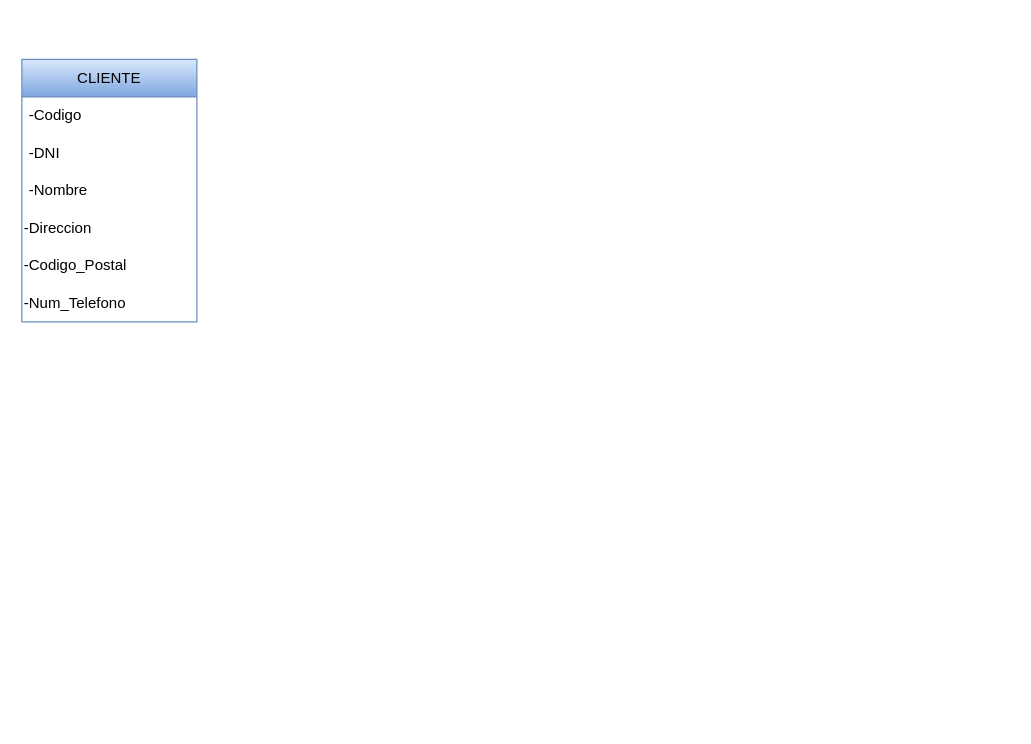
Above: CuentasBancarias.drawio in NahuelLV/Base-de-Datos (draw.io), before the change. Source tidied: cells renumbered, new cells numbered last; positions are measured from the earlier drawing's top-left corner, leaving out a move shared by most shapes. Both pictures are drawn from the tidied source at 125%, with x=0, y=0 at pixel (21, 59).
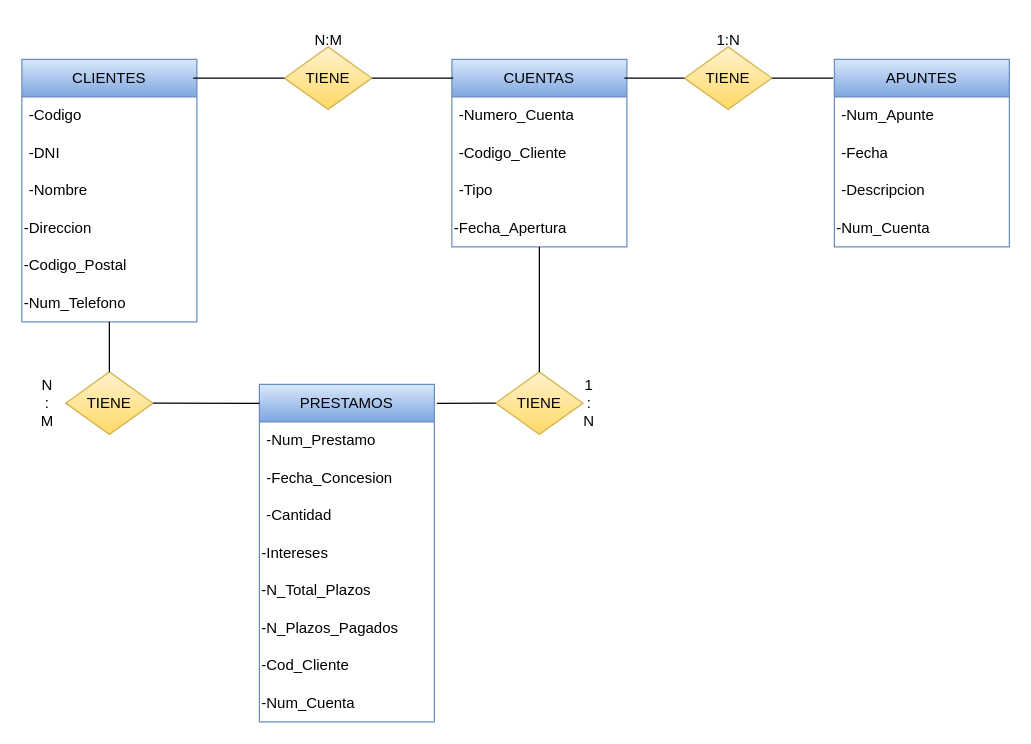
Above is the later version.

The change refers to these unchanged cells:
```xml
<mxCell id="8" value="-Num_Telefono" style="text;html=1;align=left;verticalAlign=middle;whiteSpace=wrap;rounded=0;" parent="2" vertex="1">
  <mxGeometry y="180" width="140" height="30" as="geometry" />
</mxCell>
```

The edit, as a diff of the source:
```diff
@@
-    <mxCell id="2" value="CLIENTE" style="swimlane;fontStyle=0;horizontal=1;startSize=30;whiteSpace=wrap;html=1;fillColor=#dae8fc;gradientColor=#7ea6e0;strokeColor=#6c8ebf;" parent="1" vertex="1">
+    <mxCell id="2" value="CLIENTES" style="swimlane;fontStyle=0;horizontal=1;startSize=30;whiteSpace=wrap;html=1;fillColor=#dae8fc;gradientColor=#7ea6e0;strokeColor=#6c8ebf;" parent="1" vertex="1">
       <mxGeometry width="140" height="210" as="geometry" />
     </mxCell>
@@
+    <mxCell id="9" value="TIENE" style="rhombus;whiteSpace=wrap;html=1;fillColor=#fff2cc;gradientColor=#ffd966;strokeColor=#d6b656;" parent="1" vertex="1">
+      <mxGeometry x="210" y="-10" width="70" height="50" as="geometry" />
+    </mxCell>
+    <mxCell id="10" style="endArrow=none;html=1;rounded=0;entryX=0.979;entryY=0.071;entryDx=0;entryDy=0;entryPerimeter=0;exitX=0;exitY=0.5;exitDx=0;exitDy=0;" parent="1" edge="1" source="9" target="2">
+      <mxGeometry relative="1" as="geometry" />
+    </mxCell>
+    <mxCell id="11" value="CUENTAS" style="swimlane;fontStyle=0;horizontal=1;startSize=30;whiteSpace=wrap;html=1;fillColor=#dae8fc;gradientColor=#7ea6e0;strokeColor=#6c8ebf;" parent="1" vertex="1">
+      <mxGeometry x="344" width="140" height="150" as="geometry" />
+    </mxCell>
+    <mxCell id="12" value="-Numero_Cuenta" style="text;align=left;verticalAlign=middle;spacingLeft=4;spacingRight=4;overflow=hidden;whiteSpace=wrap;html=1;" parent="11" vertex="1">
+      <mxGeometry y="30" width="140" height="30" as="geometry" />
+    </mxCell>
+    <mxCell id="13" value="-Codigo_Cliente" style="text;strokeColor=none;fillColor=none;align=left;verticalAlign=middle;spacingLeft=4;spacingRight=4;overflow=hidden;whiteSpace=wrap;html=1;" parent="11" vertex="1">
+      <mxGeometry y="60" width="140" height="30" as="geometry" />
+    </mxCell>
+    <mxCell id="14" value="-Tipo" style="text;strokeColor=none;fillColor=none;align=left;verticalAlign=middle;spacingLeft=4;spacingRight=4;overflow=hidden;whiteSpace=wrap;html=1;" parent="11" vertex="1">
+      <mxGeometry y="90" width="140" height="30" as="geometry" />
+    </mxCell>
+    <mxCell id="15" value="-Fecha_Apertura" style="text;html=1;align=left;verticalAlign=middle;whiteSpace=wrap;rounded=0;" parent="11" vertex="1">
+      <mxGeometry y="120" width="140" height="30" as="geometry" />
+    </mxCell>
+    <mxCell id="16" style="endArrow=none;html=1;rounded=0;entryX=1;entryY=0.5;entryDx=0;entryDy=0;exitX=0.007;exitY=0.1;exitDx=0;exitDy=0;exitPerimeter=0;" parent="1" edge="1" source="11" target="9">
+      <mxGeometry relative="1" as="geometry" />
+    </mxCell>
+    <mxCell id="17" value="PRESTAMOS" style="swimlane;fontStyle=0;horizontal=1;startSize=30;whiteSpace=wrap;html=1;fillColor=#dae8fc;gradientColor=#7ea6e0;strokeColor=#6c8ebf;" parent="1" vertex="1">
+      <mxGeometry x="190" y="260" width="140" height="270" as="geometry" />
+    </mxCell>
+    <mxCell id="18" value="-Num_Prestamo" style="text;align=left;verticalAlign=middle;spacingLeft=4;spacingRight=4;overflow=hidden;whiteSpace=wrap;html=1;" parent="17" vertex="1">
+      <mxGeometry y="30" width="140" height="30" as="geometry" />
+    </mxCell>
+    <mxCell id="19" value="-Fecha_Concesion" style="text;strokeColor=none;fillColor=none;align=left;verticalAlign=middle;spacingLeft=4;spacingRight=4;overflow=hidden;whiteSpace=wrap;html=1;" parent="17" vertex="1">
+      <mxGeometry y="60" width="140" height="30" as="geometry" />
+    </mxCell>
+    <mxCell id="20" value="-Cantidad" style="text;strokeColor=none;fillColor=none;align=left;verticalAlign=middle;spacingLeft=4;spacingRight=4;overflow=hidden;whiteSpace=wrap;html=1;" parent="17" vertex="1">
+      <mxGeometry y="90" width="140" height="30" as="geometry" />
+    </mxCell>
+    <mxCell id="21" value="-Intereses" style="text;html=1;align=left;verticalAlign=middle;whiteSpace=wrap;rounded=0;" parent="17" vertex="1">
+      <mxGeometry y="120" width="140" height="30" as="geometry" />
+    </mxCell>
+    <mxCell id="22" value="-N_Total_Plazos" style="text;html=1;align=left;verticalAlign=middle;whiteSpace=wrap;rounded=0;" parent="17" vertex="1">
+      <mxGeometry y="150" width="140" height="30" as="geometry" />
+    </mxCell>
+    <mxCell id="23" value="-N_Plazos_Pagados" style="text;html=1;align=left;verticalAlign=middle;whiteSpace=wrap;rounded=0;" parent="17" vertex="1">
+      <mxGeometry y="180" width="140" height="30" as="geometry" />
+    </mxCell>
+    <mxCell id="24" value="-Cod_Cliente" style="text;html=1;align=left;verticalAlign=middle;whiteSpace=wrap;rounded=0;" parent="17" vertex="1">
+      <mxGeometry y="210" width="140" height="30" as="geometry" />
+    </mxCell>
+    <mxCell id="25" value="-Num_Cuenta" style="text;html=1;align=left;verticalAlign=middle;whiteSpace=wrap;rounded=0;" parent="17" vertex="1">
+      <mxGeometry y="240" width="140" height="30" as="geometry" />
+    </mxCell>
+    <mxCell id="26" value="TIENE" style="rhombus;whiteSpace=wrap;html=1;fillColor=#fff2cc;gradientColor=#ffd966;strokeColor=#d6b656;" parent="1" vertex="1">
+      <mxGeometry x="35" y="250" width="70" height="50" as="geometry" />
+    </mxCell>
+    <mxCell id="27" value="TIENE" style="rhombus;whiteSpace=wrap;html=1;fillColor=#fff2cc;gradientColor=#ffd966;strokeColor=#d6b656;" parent="1" vertex="1">
+      <mxGeometry x="379" y="250" width="70" height="50" as="geometry" />
+    </mxCell>
+    <mxCell id="28" style="endArrow=none;html=1;rounded=0;entryX=0.5;entryY=1;entryDx=0;entryDy=0;exitX=0.5;exitY=0;exitDx=0;exitDy=0;" parent="1" edge="1" source="26" target="8">
+      <mxGeometry relative="1" as="geometry" />
+    </mxCell>
+    <mxCell id="29" style="endArrow=none;html=1;rounded=0;entryX=1;entryY=0.5;entryDx=0;entryDy=0;exitX=0;exitY=0.056;exitDx=0;exitDy=0;exitPerimeter=0;" parent="1" edge="1" source="17" target="26">
+      <mxGeometry relative="1" as="geometry" />
+    </mxCell>
+    <mxCell id="30" style="endArrow=none;html=1;rounded=0;entryX=0;entryY=0.5;entryDx=0;entryDy=0;exitX=1.014;exitY=0.056;exitDx=0;exitDy=0;exitPerimeter=0;" parent="1" edge="1" source="17" target="27">
+      <mxGeometry relative="1" as="geometry" />
+    </mxCell>
+    <mxCell id="31" style="endArrow=none;html=1;rounded=0;entryX=0.5;entryY=1;entryDx=0;entryDy=0;exitX=0.5;exitY=0;exitDx=0;exitDy=0;" parent="1" edge="1" source="27" target="15">
+      <mxGeometry relative="1" as="geometry" />
+    </mxCell>
+    <mxCell id="32" value="N:M" style="text;html=1;align=center;verticalAlign=middle;strokeColor=none;fillColor=none;" parent="1" vertex="1">
+      <mxGeometry x="220" y="-30" width="50" height="30" as="geometry" />
+    </mxCell>
+    <mxCell id="33" value="N&lt;div&gt;:&lt;div&gt;M&lt;/div&gt;&lt;/div&gt;" style="text;html=1;align=center;verticalAlign=middle;strokeColor=none;fillColor=none;" parent="1" vertex="1">
+      <mxGeometry x="5" y="245" width="30" height="60" as="geometry" />
+    </mxCell>
+    <mxCell id="34" value="1&lt;div&gt;:&lt;/div&gt;&lt;div&gt;N&lt;/div&gt;" style="text;html=1;align=center;verticalAlign=middle;whiteSpace=wrap;rounded=0;" parent="1" vertex="1">
+      <mxGeometry x="424" y="260" width="60" height="30" as="geometry" />
+    </mxCell>
+    <mxCell id="35" value="APUNTES" style="swimlane;fontStyle=0;horizontal=1;startSize=30;whiteSpace=wrap;html=1;fillColor=#dae8fc;gradientColor=#7ea6e0;strokeColor=#6c8ebf;" parent="1" vertex="1">
+      <mxGeometry x="650" width="140" height="150" as="geometry" />
+    </mxCell>
+    <mxCell id="36" value="-Num_Apunte" style="text;align=left;verticalAlign=middle;spacingLeft=4;spacingRight=4;overflow=hidden;whiteSpace=wrap;html=1;" parent="35" vertex="1">
+      <mxGeometry y="30" width="140" height="30" as="geometry" />
+    </mxCell>
+    <mxCell id="37" value="-Fecha" style="text;strokeColor=none;fillColor=none;align=left;verticalAlign=middle;spacingLeft=4;spacingRight=4;overflow=hidden;whiteSpace=wrap;html=1;" parent="35" vertex="1">
+      <mxGeometry y="60" width="140" height="30" as="geometry" />
+    </mxCell>
+    <mxCell id="38" value="-Descripcion" style="text;strokeColor=none;fillColor=none;align=left;verticalAlign=middle;spacingLeft=4;spacingRight=4;overflow=hidden;whiteSpace=wrap;html=1;" parent="35" vertex="1">
+      <mxGeometry y="90" width="140" height="30" as="geometry" />
+    </mxCell>
+    <mxCell id="39" value="-Num_Cuenta" style="text;html=1;align=left;verticalAlign=middle;whiteSpace=wrap;rounded=0;" parent="35" vertex="1">
+      <mxGeometry y="120" width="140" height="30" as="geometry" />
+    </mxCell>
+    <mxCell id="40" value="TIENE" style="rhombus;whiteSpace=wrap;html=1;fillColor=#fff2cc;gradientColor=#ffd966;strokeColor=#d6b656;" parent="1" vertex="1">
+      <mxGeometry x="530" y="-10" width="70" height="50" as="geometry" />
+    </mxCell>
+    <mxCell id="41" style="endArrow=none;html=1;rounded=0;entryX=0;entryY=0.5;entryDx=0;entryDy=0;exitX=0.986;exitY=0.1;exitDx=0;exitDy=0;exitPerimeter=0;" parent="1" edge="1" source="11" target="40">
+      <mxGeometry relative="1" as="geometry" />
+    </mxCell>
+    <mxCell id="42" style="endArrow=none;html=1;rounded=0;entryX=1;entryY=0.5;entryDx=0;entryDy=0;exitX=-0.007;exitY=0.1;exitDx=0;exitDy=0;exitPerimeter=0;" parent="1" edge="1" source="35" target="40">
+      <mxGeometry relative="1" as="geometry" />
+    </mxCell>
+    <mxCell id="43" value="1:N" style="text;html=1;align=center;verticalAlign=middle;strokeColor=none;fillColor=none;" parent="1" vertex="1">
+      <mxGeometry x="545" y="-30" width="40" height="30" as="geometry" />
+    </mxCell>
```
